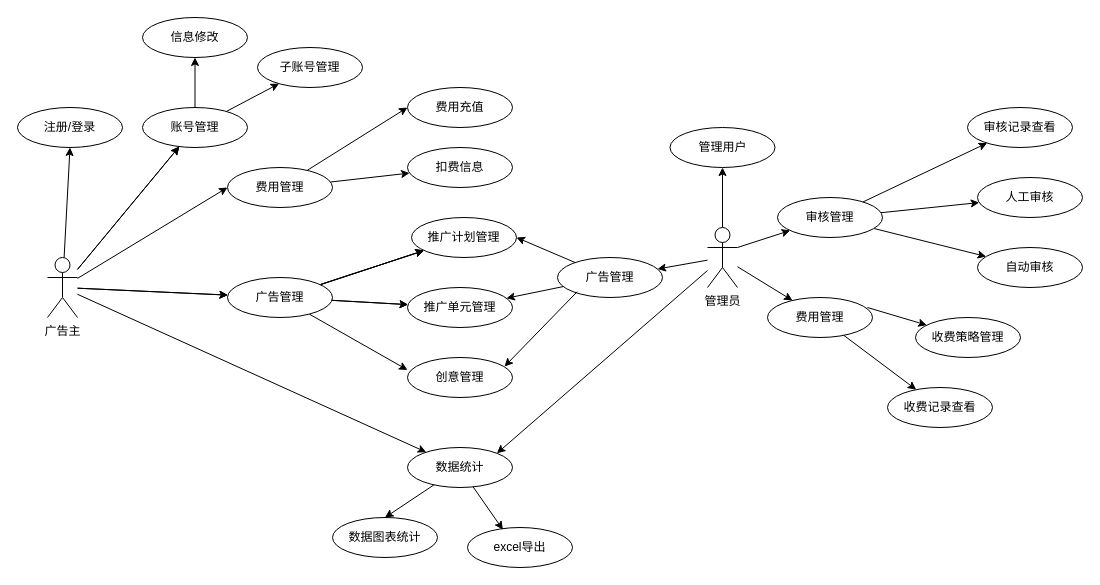
Earlier version of the draw.io diagram 广告主用例图.drawio (izayoiyurin/draw). Source tidied: cells renumbered, new cells numbered last; positions are measured from the earlier drawing's top-left corner, leaving out a move shared by most shapes. Both pictures are drawn from the tidied source at 100%, with x=0, y=0 at pixel (17, 17).
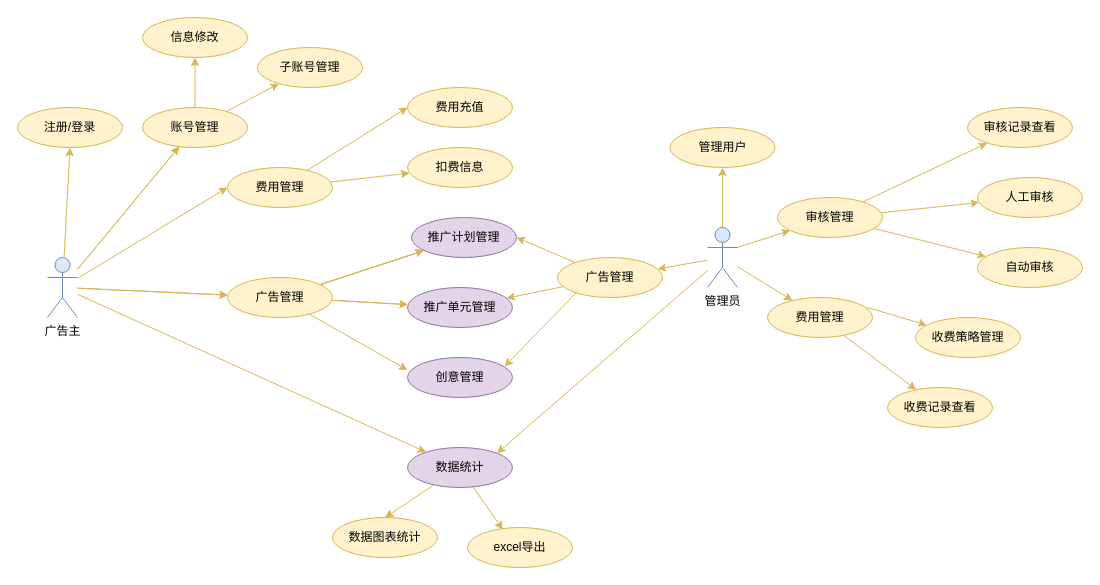
The same diagram, later.

Commit message:
添加颜色样式

Change to the diagram source:
```diff
@@
-    <mxCell id="2" style="rounded=0;jettySize=auto;html=1;" parent="1" edge="1" source="6" target="9">
+    <mxCell id="2" style="rounded=0;jettySize=auto;html=1;fillColor=#fff2cc;strokeColor=#d6b656;" parent="1" edge="1" source="6" target="9">
       <mxGeometry relative="1" as="geometry" />
     </mxCell>
-    <mxCell id="3" style="edgeStyle=none;rounded=0;jettySize=auto;html=1;" parent="1" edge="1" source="6" target="9">
+    <mxCell id="3" style="edgeStyle=none;rounded=0;jettySize=auto;html=1;fillColor=#fff2cc;strokeColor=#d6b656;" parent="1" edge="1" source="6" target="9">
       <mxGeometry relative="1" as="geometry" />
     </mxCell>
-    <mxCell id="4" style="edgeStyle=none;rounded=0;jettySize=auto;html=1;" parent="1" edge="1" source="6" target="16">
+    <mxCell id="4" style="edgeStyle=none;rounded=0;jettySize=auto;html=1;fillColor=#fff2cc;strokeColor=#d6b656;" parent="1" edge="1" source="6" target="16">
       <mxGeometry relative="1" as="geometry" />
     </mxCell>
-    <mxCell id="5" style="edgeStyle=none;rounded=0;jettySize=auto;html=1;" parent="1" edge="1" source="6" target="16">
+    <mxCell id="5" style="edgeStyle=none;rounded=0;jettySize=auto;html=1;fillColor=#fff2cc;strokeColor=#d6b656;" parent="1" edge="1" source="6" target="16">
       <mxGeometry relative="1" as="geometry" />
     </mxCell>
-    <mxCell id="6" value="广告主" style="shape=umlActor;verticalLabelPosition=bottom;verticalAlign=top;html=1;" parent="1" vertex="1">
+    <mxCell id="6" value="广告主" style="shape=umlActor;verticalLabelPosition=bottom;verticalAlign=top;html=1;fillColor=#dae8fc;strokeColor=#6c8ebf;" parent="1" vertex="1">
       <mxGeometry x="30" y="240" width="30" height="60" as="geometry" />
     </mxCell>
-    <mxCell id="7" style="edgeStyle=none;rounded=0;jettySize=auto;html=1;" parent="1" edge="1" source="9" target="23">
+    <mxCell id="7" style="edgeStyle=none;rounded=0;jettySize=auto;html=1;fillColor=#fff2cc;strokeColor=#d6b656;" parent="1" edge="1" source="9" target="23">
       <mxGeometry relative="1" as="geometry" />
     </mxCell>
-    <mxCell id="8" style="edgeStyle=none;rounded=0;jettySize=auto;html=1;" parent="1" edge="1" source="9" target="24">
+    <mxCell id="8" style="edgeStyle=none;rounded=0;jettySize=auto;html=1;fillColor=#fff2cc;strokeColor=#d6b656;" parent="1" edge="1" source="9" target="24">
       <mxGeometry relative="1" as="geometry" />
     </mxCell>
-    <mxCell id="9" value="&lt;span&gt;账号管理&lt;/span&gt;" style="ellipse;whiteSpace=wrap;html=1;verticalAlign=middle;labelPosition=center;verticalLabelPosition=middle;align=center;" parent="1" vertex="1">
+    <mxCell id="9" value="&lt;span&gt;账号管理&lt;/span&gt;" style="ellipse;whiteSpace=wrap;html=1;verticalAlign=middle;labelPosition=center;verticalLabelPosition=middle;align=center;fillColor=#fff2cc;strokeColor=#d6b656;" parent="1" vertex="1">
       <mxGeometry x="125" y="90" width="105" height="40" as="geometry" />
     </mxCell>
-    <mxCell id="10" style="edgeStyle=none;rounded=0;jettySize=auto;html=1;" parent="1" edge="1" source="16" target="26">
+    <mxCell id="10" style="edgeStyle=none;rounded=0;jettySize=auto;html=1;fillColor=#fff2cc;strokeColor=#d6b656;" parent="1" edge="1" source="16" target="26">
       <mxGeometry relative="1" as="geometry" />
     </mxCell>
-    <mxCell id="11" style="edgeStyle=none;rounded=0;jettySize=auto;html=1;" parent="1" edge="1" source="16" target="26">
+    <mxCell id="11" style="edgeStyle=none;rounded=0;jettySize=auto;html=1;fillColor=#fff2cc;strokeColor=#d6b656;" parent="1" edge="1" source="16" target="26">
       <mxGeometry relative="1" as="geometry" />
     </mxCell>
-    <mxCell id="12" style="edgeStyle=none;rounded=0;jettySize=auto;html=1;" parent="1" edge="1" source="16" target="26">
+    <mxCell id="12" style="edgeStyle=none;rounded=0;jettySize=auto;html=1;fillColor=#fff2cc;strokeColor=#d6b656;" parent="1" edge="1" source="16" target="26">
       <mxGeometry relative="1" as="geometry" />
     </mxCell>
-    <mxCell id="13" style="edgeStyle=none;rounded=0;jettySize=auto;html=1;" parent="1" edge="1" source="16" target="27">
+    <mxCell id="13" style="edgeStyle=none;rounded=0;jettySize=auto;html=1;fillColor=#fff2cc;strokeColor=#d6b656;" parent="1" edge="1" source="16" target="27">
       <mxGeometry relative="1" as="geometry" />
     </mxCell>
-    <mxCell id="14" style="edgeStyle=none;rounded=0;jettySize=auto;html=1;" parent="1" edge="1" source="16" target="27">
+    <mxCell id="14" style="edgeStyle=none;rounded=0;jettySize=auto;html=1;fillColor=#fff2cc;strokeColor=#d6b656;" parent="1" edge="1" source="16" target="27">
       <mxGeometry relative="1" as="geometry" />
     </mxCell>
-    <mxCell id="15" style="edgeStyle=none;rounded=0;jettySize=auto;html=1;entryX=0;entryY=0.311;entryDx=0;entryDy=0;entryPerimeter=0;" parent="1" edge="1" source="16" target="28">
+    <mxCell id="15" style="edgeStyle=none;rounded=0;jettySize=auto;html=1;entryX=0;entryY=0.311;entryDx=0;entryDy=0;entryPerimeter=0;fillColor=#fff2cc;strokeColor=#d6b656;" parent="1" edge="1" source="16" target="28">
       <mxGeometry relative="1" as="geometry" />
     </mxCell>
-    <mxCell id="16" value="广告管理" style="ellipse;whiteSpace=wrap;html=1;verticalAlign=middle;" parent="1" vertex="1">
+    <mxCell id="16" value="广告管理" style="ellipse;whiteSpace=wrap;html=1;verticalAlign=middle;fillColor=#fff2cc;strokeColor=#d6b656;" parent="1" vertex="1">
       <mxGeometry x="210" y="260" width="105" height="40" as="geometry" />
     </mxCell>
-    <mxCell id="17" style="edgeStyle=none;rounded=0;jettySize=auto;html=1;entryX=0;entryY=0.5;entryDx=0;entryDy=0;" parent="1" edge="1" source="19" target="30">
+    <mxCell id="17" style="edgeStyle=none;rounded=0;jettySize=auto;html=1;entryX=0;entryY=0.5;entryDx=0;entryDy=0;fillColor=#fff2cc;strokeColor=#d6b656;" parent="1" edge="1" source="19" target="30">
       <mxGeometry relative="1" as="geometry" />
     </mxCell>
-    <mxCell id="18" style="edgeStyle=none;rounded=0;jettySize=auto;html=1;" parent="1" edge="1" source="19" target="31">
+    <mxCell id="18" style="edgeStyle=none;rounded=0;jettySize=auto;html=1;fillColor=#fff2cc;strokeColor=#d6b656;" parent="1" edge="1" source="19" target="31">
       <mxGeometry relative="1" as="geometry" />
     </mxCell>
-    <mxCell id="19" value="费用管理" style="ellipse;whiteSpace=wrap;html=1;verticalAlign=middle;" parent="1" vertex="1">
+    <mxCell id="19" value="费用管理" style="ellipse;whiteSpace=wrap;html=1;verticalAlign=middle;fillColor=#fff2cc;strokeColor=#d6b656;" parent="1" vertex="1">
       <mxGeometry x="210" y="150" width="105" height="40" as="geometry" />
     </mxCell>
-    <mxCell id="20" style="endArrow=classic;html=1;rounded=0;entryX=0;entryY=0.5;entryDx=0;entryDy=0;" parent="1" edge="1" source="6" target="19">
+    <mxCell id="20" style="endArrow=classic;html=1;rounded=0;entryX=0;entryY=0.5;entryDx=0;entryDy=0;fillColor=#fff2cc;strokeColor=#d6b656;" parent="1" edge="1" source="6" target="19">
       <mxGeometry relative="1" as="geometry" />
     </mxCell>
-    <mxCell id="21" value="数据统计" style="ellipse;whiteSpace=wrap;html=1;verticalAlign=middle;" parent="1" vertex="1">
+    <mxCell id="21" value="数据统计" style="ellipse;whiteSpace=wrap;html=1;verticalAlign=middle;fillColor=#e1d5e7;strokeColor=#9673a6;" parent="1" vertex="1">
       <mxGeometry x="390" y="430" width="105" height="40" as="geometry" />
     </mxCell>
-    <mxCell id="22" style="endArrow=classic;html=1;rounded=0;" parent="1" edge="1" source="6" target="21">
+    <mxCell id="22" style="endArrow=classic;html=1;rounded=0;fillColor=#fff2cc;strokeColor=#d6b656;" parent="1" edge="1" source="6" target="21">
       <mxGeometry relative="1" as="geometry" />
     </mxCell>
-    <mxCell id="23" value="信息修改" style="ellipse;whiteSpace=wrap;html=1;verticalAlign=middle;labelPosition=center;verticalLabelPosition=middle;align=center;" parent="1" vertex="1">
+    <mxCell id="23" value="信息修改" style="ellipse;whiteSpace=wrap;html=1;verticalAlign=middle;labelPosition=center;verticalLabelPosition=middle;align=center;fillColor=#fff2cc;strokeColor=#d6b656;" parent="1" vertex="1">
       <mxGeometry x="125" width="105" height="40" as="geometry" />
     </mxCell>
-    <mxCell id="24" value="子账号管理" style="ellipse;whiteSpace=wrap;html=1;verticalAlign=middle;labelPosition=center;verticalLabelPosition=middle;align=center;" parent="1" vertex="1">
+    <mxCell id="24" value="子账号管理" style="ellipse;whiteSpace=wrap;html=1;verticalAlign=middle;labelPosition=center;verticalLabelPosition=middle;align=center;fillColor=#fff2cc;strokeColor=#d6b656;" parent="1" vertex="1">
       <mxGeometry x="240" y="30" width="105" height="40" as="geometry" />
     </mxCell>
-    <mxCell id="25" style="endArrow=classic;html=1;rounded=0;entryX=0.5;entryY=1;entryDx=0;entryDy=0;" parent="1" edge="1" source="6" target="29">
+    <mxCell id="25" style="endArrow=classic;html=1;rounded=0;entryX=0.5;entryY=1;entryDx=0;entryDy=0;fillColor=#fff2cc;strokeColor=#d6b656;" parent="1" edge="1" source="6" target="29">
       <mxGeometry relative="1" as="geometry" />
     </mxCell>
-    <mxCell id="26" value="推广计划管理" style="ellipse;whiteSpace=wrap;html=1;verticalAlign=middle;" parent="1" vertex="1">
+    <mxCell id="26" value="推广计划管理" style="ellipse;whiteSpace=wrap;html=1;verticalAlign=middle;fillColor=#e1d5e7;strokeColor=#9673a6;" parent="1" vertex="1">
       <mxGeometry x="394" y="200" width="105" height="40" as="geometry" />
     </mxCell>
-    <mxCell id="27" value="推广单元管理" style="ellipse;whiteSpace=wrap;html=1;verticalAlign=middle;" parent="1" vertex="1">
+    <mxCell id="27" value="推广单元管理" style="ellipse;whiteSpace=wrap;html=1;verticalAlign=middle;fillColor=#e1d5e7;strokeColor=#9673a6;" parent="1" vertex="1">
       <mxGeometry x="390" y="270" width="105" height="40" as="geometry" />
     </mxCell>
-    <mxCell id="28" value="创意管理" style="ellipse;whiteSpace=wrap;html=1;verticalAlign=middle;" parent="1" vertex="1">
+    <mxCell id="28" value="创意管理" style="ellipse;whiteSpace=wrap;html=1;verticalAlign=middle;fillColor=#e1d5e7;strokeColor=#9673a6;" parent="1" vertex="1">
       <mxGeometry x="390" y="340" width="105" height="40" as="geometry" />
     </mxCell>
-    <mxCell id="29" value="&lt;span&gt;注册/登录&lt;/span&gt;" style="ellipse;whiteSpace=wrap;html=1;verticalAlign=middle;labelPosition=center;verticalLabelPosition=middle;align=center;" parent="1" vertex="1">
+    <mxCell id="29" value="&lt;span&gt;注册/登录&lt;/span&gt;" style="ellipse;whiteSpace=wrap;html=1;verticalAlign=middle;labelPosition=center;verticalLabelPosition=middle;align=center;fillColor=#fff2cc;strokeColor=#d6b656;" parent="1" vertex="1">
       <mxGeometry y="90" width="105" height="40" as="geometry" />
     </mxCell>
-    <mxCell id="30" value="费用充值" style="ellipse;whiteSpace=wrap;html=1;verticalAlign=middle;labelPosition=center;verticalLabelPosition=middle;align=center;" parent="1" vertex="1">
+    <mxCell id="30" value="费用充值" style="ellipse;whiteSpace=wrap;html=1;verticalAlign=middle;labelPosition=center;verticalLabelPosition=middle;align=center;fillColor=#fff2cc;strokeColor=#d6b656;" parent="1" vertex="1">
       <mxGeometry x="390" y="70" width="105" height="40" as="geometry" />
     </mxCell>
-    <mxCell id="31" value="扣费信息" style="ellipse;whiteSpace=wrap;html=1;verticalAlign=middle;labelPosition=center;verticalLabelPosition=middle;align=center;" parent="1" vertex="1">
+    <mxCell id="31" value="扣费信息" style="ellipse;whiteSpace=wrap;html=1;verticalAlign=middle;labelPosition=center;verticalLabelPosition=middle;align=center;fillColor=#fff2cc;strokeColor=#d6b656;" parent="1" vertex="1">
       <mxGeometry x="390" y="130" width="105" height="40" as="geometry" />
     </mxCell>
-    <mxCell id="32" value="数据图表统计" style="ellipse;whiteSpace=wrap;html=1;verticalAlign=middle;labelPosition=center;verticalLabelPosition=middle;align=center;" parent="1" vertex="1">
+    <mxCell id="32" value="数据图表统计" style="ellipse;whiteSpace=wrap;html=1;verticalAlign=middle;labelPosition=center;verticalLabelPosition=middle;align=center;fillColor=#fff2cc;strokeColor=#d6b656;" parent="1" vertex="1">
       <mxGeometry x="315" y="500" width="105" height="40" as="geometry" />
     </mxCell>
-    <mxCell id="33" value="excel导出" style="ellipse;whiteSpace=wrap;html=1;verticalAlign=middle;labelPosition=center;verticalLabelPosition=middle;align=center;" parent="1" vertex="1">
+    <mxCell id="33" value="excel导出" style="ellipse;whiteSpace=wrap;html=1;verticalAlign=middle;labelPosition=center;verticalLabelPosition=middle;align=center;fillColor=#fff2cc;strokeColor=#d6b656;" parent="1" vertex="1">
       <mxGeometry x="450" y="510" width="105" height="40" as="geometry" />
     </mxCell>
-    <mxCell id="34" style="endArrow=classic;html=1;rounded=0;entryX=0.5;entryY=0;entryDx=0;entryDy=0;" parent="1" edge="1" source="21" target="32">
+    <mxCell id="34" style="endArrow=classic;html=1;rounded=0;entryX=0.5;entryY=0;entryDx=0;entryDy=0;fillColor=#fff2cc;strokeColor=#d6b656;" parent="1" edge="1" source="21" target="32">
       <mxGeometry relative="1" as="geometry" />
     </mxCell>
-    <mxCell id="35" style="endArrow=classic;html=1;rounded=0;entryX=0.337;entryY=0.053;entryDx=0;entryDy=0;entryPerimeter=0;" parent="1" edge="1" source="21" target="33">
+    <mxCell id="35" style="endArrow=classic;html=1;rounded=0;entryX=0.337;entryY=0.053;entryDx=0;entryDy=0;entryPerimeter=0;fillColor=#fff2cc;strokeColor=#d6b656;" parent="1" edge="1" source="21" target="33">
       <mxGeometry relative="1" as="geometry" />
     </mxCell>
-    <mxCell id="36" style="edgeStyle=none;rounded=0;jettySize=auto;html=1;" parent="1" edge="1" source="38" target="45">
+    <mxCell id="36" style="edgeStyle=none;rounded=0;jettySize=auto;html=1;fillColor=#fff2cc;strokeColor=#d6b656;" parent="1" edge="1" source="38" target="45">
       <mxGeometry relative="1" as="geometry" />
     </mxCell>
-    <mxCell id="37" style="edgeStyle=none;rounded=0;jettySize=auto;html=1;" parent="1" edge="1" source="38" target="58">
+    <mxCell id="37" style="edgeStyle=none;rounded=0;jettySize=auto;html=1;fillColor=#fff2cc;strokeColor=#d6b656;" parent="1" edge="1" source="38" target="58">
       <mxGeometry relative="1" as="geometry" />
     </mxCell>
-    <mxCell id="38" value="管理员" style="shape=umlActor;verticalLabelPosition=bottom;verticalAlign=top;html=1;" parent="1" vertex="1">
+    <mxCell id="38" value="管理员" style="shape=umlActor;verticalLabelPosition=bottom;verticalAlign=top;html=1;fillColor=#dae8fc;strokeColor=#6c8ebf;" parent="1" vertex="1">
       <mxGeometry x="690" y="210" width="30" height="60" as="geometry" />
     </mxCell>
-    <mxCell id="39" value="费用管理" style="ellipse;whiteSpace=wrap;html=1;verticalAlign=middle;labelPosition=center;verticalLabelPosition=middle;align=center;" parent="1" vertex="1">
+    <mxCell id="39" value="费用管理" style="ellipse;whiteSpace=wrap;html=1;verticalAlign=middle;labelPosition=center;verticalLabelPosition=middle;align=center;fillColor=#fff2cc;strokeColor=#d6b656;" parent="1" vertex="1">
       <mxGeometry x="750" y="280" width="105" height="40" as="geometry" />
     </mxCell>
-    <mxCell id="40" value="收费策略管理" style="ellipse;whiteSpace=wrap;html=1;verticalAlign=middle;labelPosition=center;verticalLabelPosition=middle;align=center;" parent="1" vertex="1">
+    <mxCell id="40" value="收费策略管理" style="ellipse;whiteSpace=wrap;html=1;verticalAlign=middle;labelPosition=center;verticalLabelPosition=middle;align=center;fillColor=#fff2cc;strokeColor=#d6b656;" parent="1" vertex="1">
       <mxGeometry x="898" y="300" width="105" height="40" as="geometry" />
     </mxCell>
-    <mxCell id="41" value="收费记录查看" style="ellipse;whiteSpace=wrap;html=1;verticalAlign=middle;labelPosition=center;verticalLabelPosition=middle;align=center;" parent="1" vertex="1">
+    <mxCell id="41" value="收费记录查看" style="ellipse;whiteSpace=wrap;html=1;verticalAlign=middle;labelPosition=center;verticalLabelPosition=middle;align=center;fillColor=#fff2cc;strokeColor=#d6b656;" parent="1" vertex="1">
       <mxGeometry x="870" y="370" width="105" height="40" as="geometry" />
     </mxCell>
-    <mxCell id="42" style="endArrow=classic;html=1;rounded=0;" parent="1" edge="1" source="38" target="39">
+    <mxCell id="42" style="endArrow=classic;html=1;rounded=0;fillColor=#fff2cc;strokeColor=#d6b656;" parent="1" edge="1" source="38" target="39">
       <mxGeometry relative="1" as="geometry" />
     </mxCell>
-    <mxCell id="43" style="endArrow=classic;html=1;rounded=0;exitX=0.952;exitY=0.25;exitDx=0;exitDy=0;exitPerimeter=0;" parent="1" edge="1" source="39" target="40">
+    <mxCell id="43" style="endArrow=classic;html=1;rounded=0;exitX=0.952;exitY=0.25;exitDx=0;exitDy=0;exitPerimeter=0;fillColor=#fff2cc;strokeColor=#d6b656;" parent="1" edge="1" source="39" target="40">
       <mxGeometry relative="1" as="geometry" />
     </mxCell>
-    <mxCell id="44" style="endArrow=classic;html=1;rounded=0;" parent="1" edge="1" source="39" target="41">
+    <mxCell id="44" style="endArrow=classic;html=1;rounded=0;fillColor=#fff2cc;strokeColor=#d6b656;" parent="1" edge="1" source="39" target="41">
       <mxGeometry relative="1" as="geometry" />
     </mxCell>
-    <mxCell id="45" value="广告管理" style="ellipse;whiteSpace=wrap;html=1;verticalAlign=middle;" parent="1" vertex="1">
+    <mxCell id="45" value="广告管理" style="ellipse;whiteSpace=wrap;html=1;verticalAlign=middle;fillColor=#fff2cc;strokeColor=#d6b656;" parent="1" vertex="1">
       <mxGeometry x="540" y="240" width="105" height="40" as="geometry" />
     </mxCell>
-    <mxCell id="46" style="endArrow=classic;html=1;rounded=0;entryX=1;entryY=0.5;entryDx=0;entryDy=0;" parent="1" edge="1" source="45" target="26">
+    <mxCell id="46" style="endArrow=classic;html=1;rounded=0;entryX=1;entryY=0.5;entryDx=0;entryDy=0;fillColor=#fff2cc;strokeColor=#d6b656;" parent="1" edge="1" source="45" target="26">
       <mxGeometry relative="1" as="geometry" />
     </mxCell>
-    <mxCell id="47" style="endArrow=classic;html=1;rounded=0;" parent="1" edge="1" source="45" target="27">
+    <mxCell id="47" style="endArrow=classic;html=1;rounded=0;fillColor=#fff2cc;strokeColor=#d6b656;" parent="1" edge="1" source="45" target="27">
       <mxGeometry relative="1" as="geometry" />
     </mxCell>
-    <mxCell id="48" style="endArrow=classic;html=1;rounded=0;exitX=0.187;exitY=0.857;exitDx=0;exitDy=0;exitPerimeter=0;entryX=0.924;entryY=0.225;entryDx=0;entryDy=0;entryPerimeter=0;" parent="1" edge="1" source="45" target="28">
+    <mxCell id="48" style="endArrow=classic;html=1;rounded=0;exitX=0.187;exitY=0.857;exitDx=0;exitDy=0;exitPerimeter=0;entryX=0.924;entryY=0.225;entryDx=0;entryDy=0;entryPerimeter=0;fillColor=#fff2cc;strokeColor=#d6b656;" parent="1" edge="1" source="45" target="28">
       <mxGeometry relative="1" as="geometry" />
     </mxCell>
-    <mxCell id="49" style="endArrow=classic;html=1;rounded=0;entryX=1;entryY=0;entryDx=0;entryDy=0;" parent="1" edge="1" source="38" target="21">
+    <mxCell id="49" style="endArrow=classic;html=1;rounded=0;entryX=1;entryY=0;entryDx=0;entryDy=0;fillColor=#fff2cc;strokeColor=#d6b656;" parent="1" edge="1" source="38" target="21">
       <mxGeometry relative="1" as="geometry" />
     </mxCell>
-    <mxCell id="50" style="rounded=0;jettySize=auto;html=1;" parent="1" edge="1" source="53" target="55">
+    <mxCell id="50" style="rounded=0;jettySize=auto;html=1;fillColor=#fff2cc;strokeColor=#d6b656;" parent="1" edge="1" source="53" target="55">
       <mxGeometry relative="1" as="geometry" />
     </mxCell>
-    <mxCell id="51" style="edgeStyle=none;rounded=0;jettySize=auto;html=1;" parent="1" edge="1" source="53" target="56">
+    <mxCell id="51" style="edgeStyle=none;rounded=0;jettySize=auto;html=1;fillColor=#fff2cc;strokeColor=#d6b656;" parent="1" edge="1" source="53" target="56">
       <mxGeometry relative="1" as="geometry" />
     </mxCell>
-    <mxCell id="52" style="edgeStyle=none;rounded=0;jettySize=auto;html=1;" parent="1" edge="1" source="53" target="57">
+    <mxCell id="52" style="edgeStyle=none;rounded=0;jettySize=auto;html=1;fillColor=#fff2cc;strokeColor=#d6b656;" parent="1" edge="1" source="53" target="57">
       <mxGeometry relative="1" as="geometry" />
     </mxCell>
-    <mxCell id="53" value="审核管理" style="ellipse;whiteSpace=wrap;html=1;verticalAlign=middle;labelPosition=center;verticalLabelPosition=middle;align=center;" parent="1" vertex="1">
+    <mxCell id="53" value="审核管理" style="ellipse;whiteSpace=wrap;html=1;verticalAlign=middle;labelPosition=center;verticalLabelPosition=middle;align=center;fillColor=#fff2cc;strokeColor=#d6b656;" parent="1" vertex="1">
       <mxGeometry x="760" y="180" width="105" height="40" as="geometry" />
     </mxCell>
-    <mxCell id="54" style="endArrow=classic;html=1;rounded=0;exitX=1;exitY=0.3333333333333333;exitDx=0;exitDy=0;exitPerimeter=0;" parent="1" edge="1" source="38" target="53">
+    <mxCell id="54" style="endArrow=classic;html=1;rounded=0;exitX=1;exitY=0.3333333333333333;exitDx=0;exitDy=0;exitPerimeter=0;fillColor=#fff2cc;strokeColor=#d6b656;" parent="1" edge="1" source="38" target="53">
       <mxGeometry relative="1" as="geometry" />
     </mxCell>
-    <mxCell id="55" value="审核记录查看" style="ellipse;whiteSpace=wrap;html=1;verticalAlign=middle;labelPosition=center;verticalLabelPosition=middle;align=center;" parent="1" vertex="1">
+    <mxCell id="55" value="审核记录查看" style="ellipse;whiteSpace=wrap;html=1;verticalAlign=middle;labelPosition=center;verticalLabelPosition=middle;align=center;fillColor=#fff2cc;strokeColor=#d6b656;" parent="1" vertex="1">
       <mxGeometry x="950" y="90" width="105" height="40" as="geometry" />
     </mxCell>
-    <mxCell id="56" value="人工审核" style="ellipse;whiteSpace=wrap;html=1;verticalAlign=middle;labelPosition=center;verticalLabelPosition=middle;align=center;" parent="1" vertex="1">
+    <mxCell id="56" value="人工审核" style="ellipse;whiteSpace=wrap;html=1;verticalAlign=middle;labelPosition=center;verticalLabelPosition=middle;align=center;fillColor=#fff2cc;strokeColor=#d6b656;" parent="1" vertex="1">
       <mxGeometry x="960" y="160" width="105" height="40" as="geometry" />
     </mxCell>
-    <mxCell id="57" value="自动审核" style="ellipse;whiteSpace=wrap;html=1;verticalAlign=middle;labelPosition=center;verticalLabelPosition=middle;align=center;" parent="1" vertex="1">
+    <mxCell id="57" value="自动审核" style="ellipse;whiteSpace=wrap;html=1;verticalAlign=middle;labelPosition=center;verticalLabelPosition=middle;align=center;fillColor=#fff2cc;strokeColor=#d6b656;" parent="1" vertex="1">
       <mxGeometry x="960" y="230" width="105" height="40" as="geometry" />
     </mxCell>
-    <mxCell id="58" value="管理用户" style="ellipse;whiteSpace=wrap;html=1;verticalAlign=middle;labelPosition=center;verticalLabelPosition=middle;align=center;" parent="1" vertex="1">
+    <mxCell id="58" value="管理用户" style="ellipse;whiteSpace=wrap;html=1;verticalAlign=middle;labelPosition=center;verticalLabelPosition=middle;align=center;fillColor=#fff2cc;strokeColor=#d6b656;" parent="1" vertex="1">
       <mxGeometry x="652.5" y="110" width="105" height="40" as="geometry" />
     </mxCell>
```
